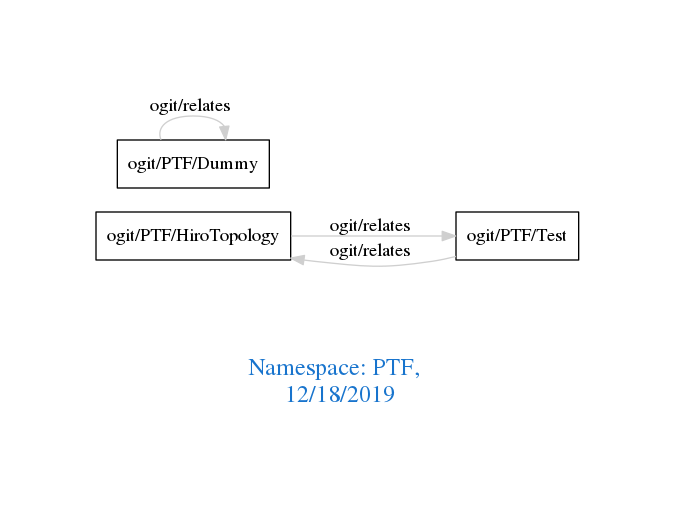
arago/OGIT keeps this Graphviz diagram as downloads/PTF.png. Above is the earlier version. Its source is kept beside it as downloads/PTF.dot.
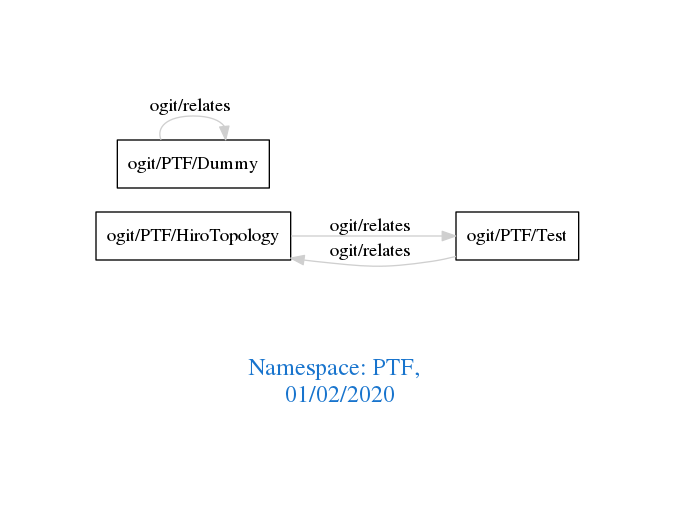
After the commit.

What changed in the source:
```diff
@@ -1,7 +1,7 @@
 digraph OGIT_ontology {
  graph [ rankdir= LR,pad=1
 fontsize = 18,
-fontcolor= dodgerblue3,label = "\n\n\nNamespace: PTF, \n 12/18/2019"];
+fontcolor= dodgerblue3,label = "\n\n\nNamespace: PTF, \n 01/02/2020"];
 node[shape=polygon];
 edge [  color="gray81"];
 
```
